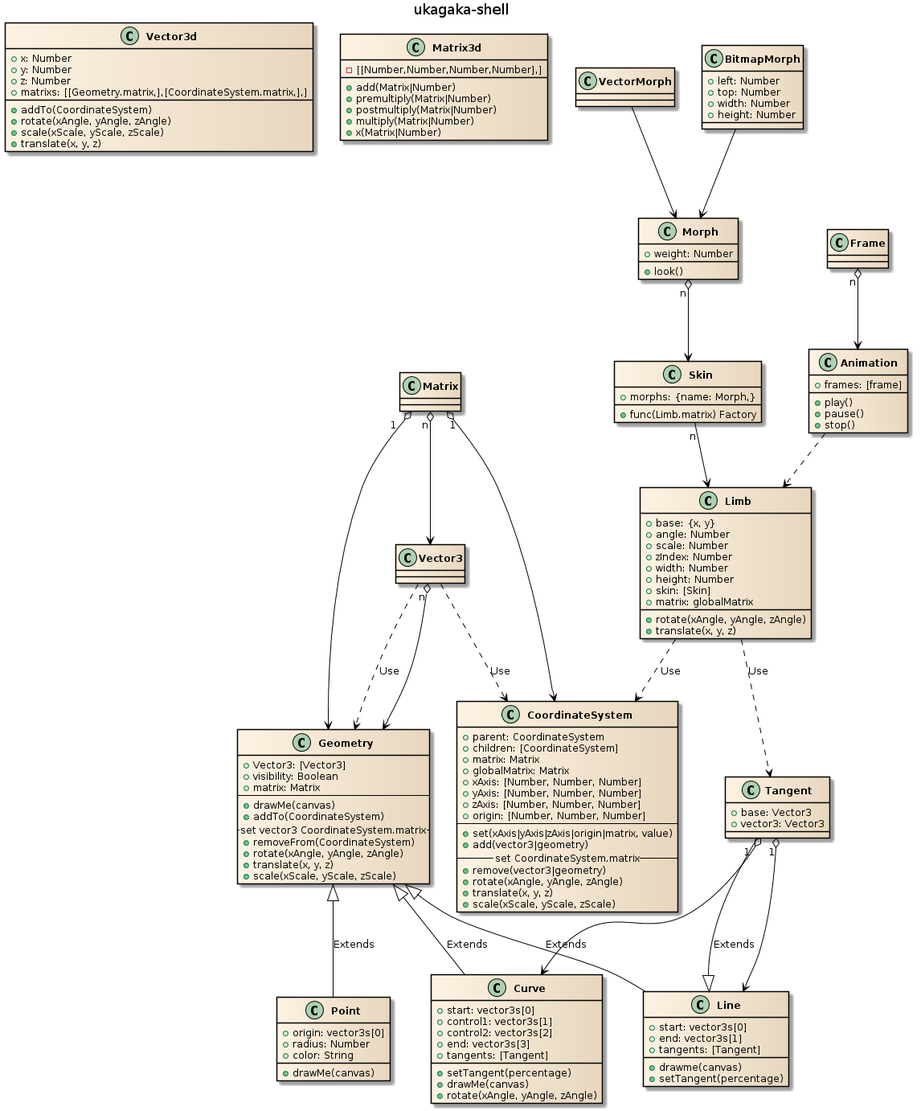
The PlantUML diagram ukagaka-shell.png in defims/ukagaka, before a commit.
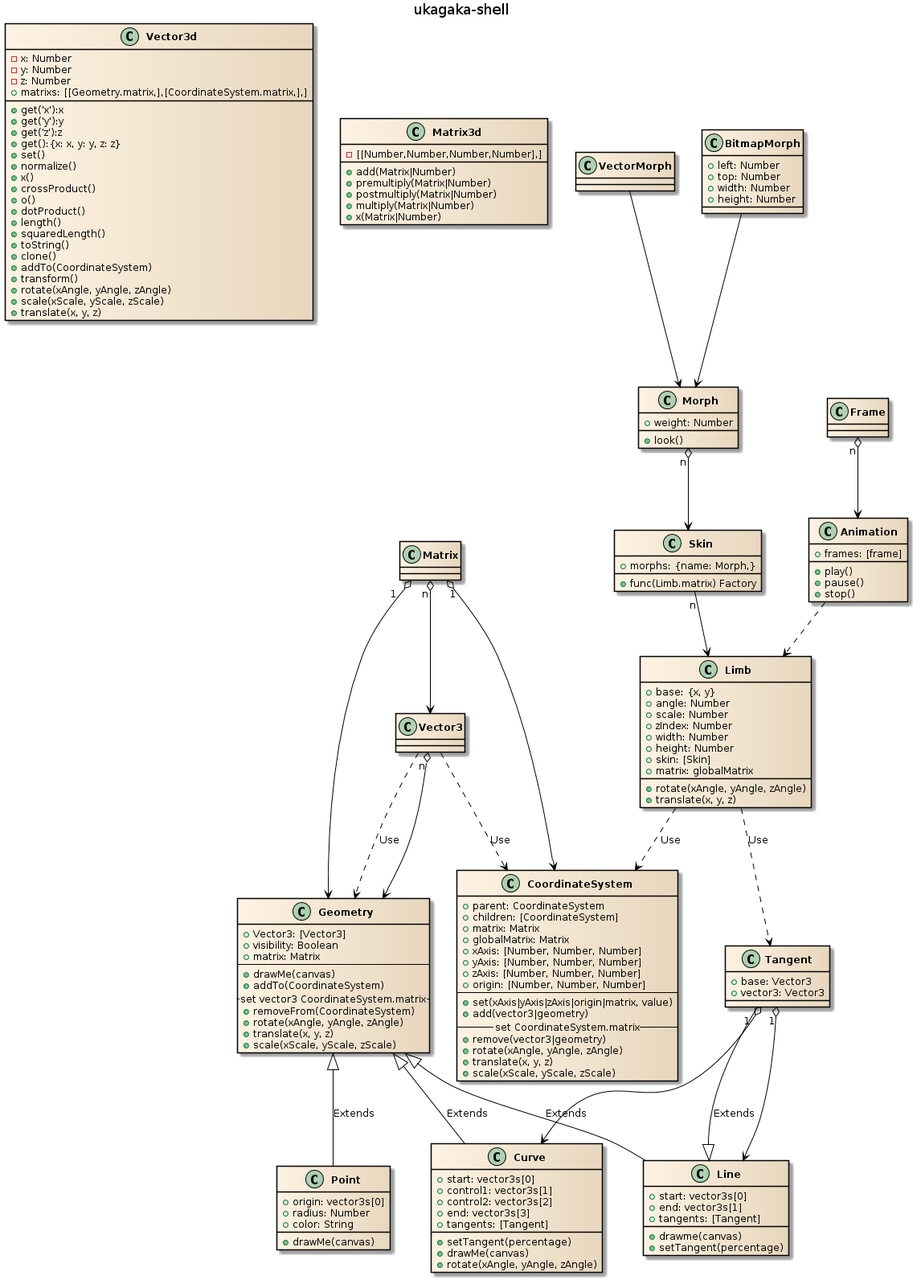
After the change.

Diff of the diagram source:
```diff
@@ -12,11 +12,26 @@
 title ukagaka-shell
 
 class Vector3d {
-    +x: Number
-    +y: Number
-    +z: Number
+    -x: Number
+    -y: Number
+    -z: Number
     +matrixs: [[Geometry.matrix,],[CoordinateSystem.matrix,],]
+    +get('x'):x
+    +get('y'):y
+    +get('z'):z
+    +get():{x: x, y: y, z: z}
+    +set()
+    +normalize()
+    +x()
+    +crossProduct()
+    +o()
+    +dotProduct()
+    +length()
+    +squaredLength()
+    +toString()
+    +clone()
     +addTo(CoordinateSystem)
+    +transform()
     +rotate(xAngle, yAngle, zAngle)
     +scale(xScale, yScale, zScale)
     +translate(x, y, z)
```
